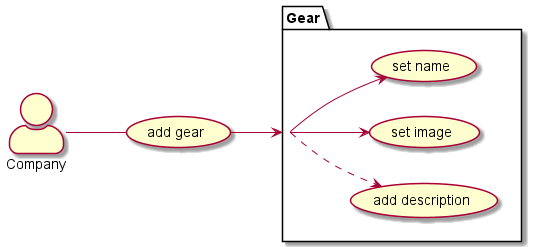
Above: ucd/img/ucd4.png in DirectorsView/documentation (PlantUML), before the change. Source of this version:
```plantuml
@startuml
skinparam actorStyle awesome
left to right direction
package Gear as g{
  usecase "set name" as uc1
  usecase "set image" as uc2
  usecase "add description" as uc3
}
:Company: -- (add gear)
(add gear) --> g

g --> uc1
g --> uc2
g -.> uc3
@enduml
```
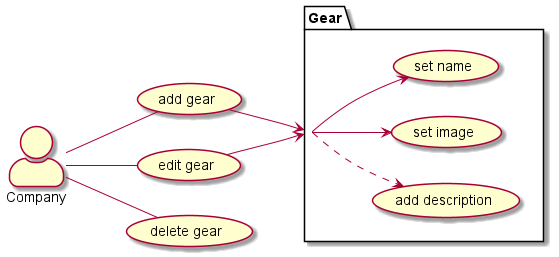
The same file after the commit.

Diff of the diagram source:
```diff
@@ -7,7 +7,10 @@
   usecase "add description" as uc3
 }
 :Company: -- (add gear)
+:Company: -- (edit gear)
+:Company: -- (delete gear)
 (add gear) --> g
+(edit gear) --> g
 
 g --> uc1
 g --> uc2
```
